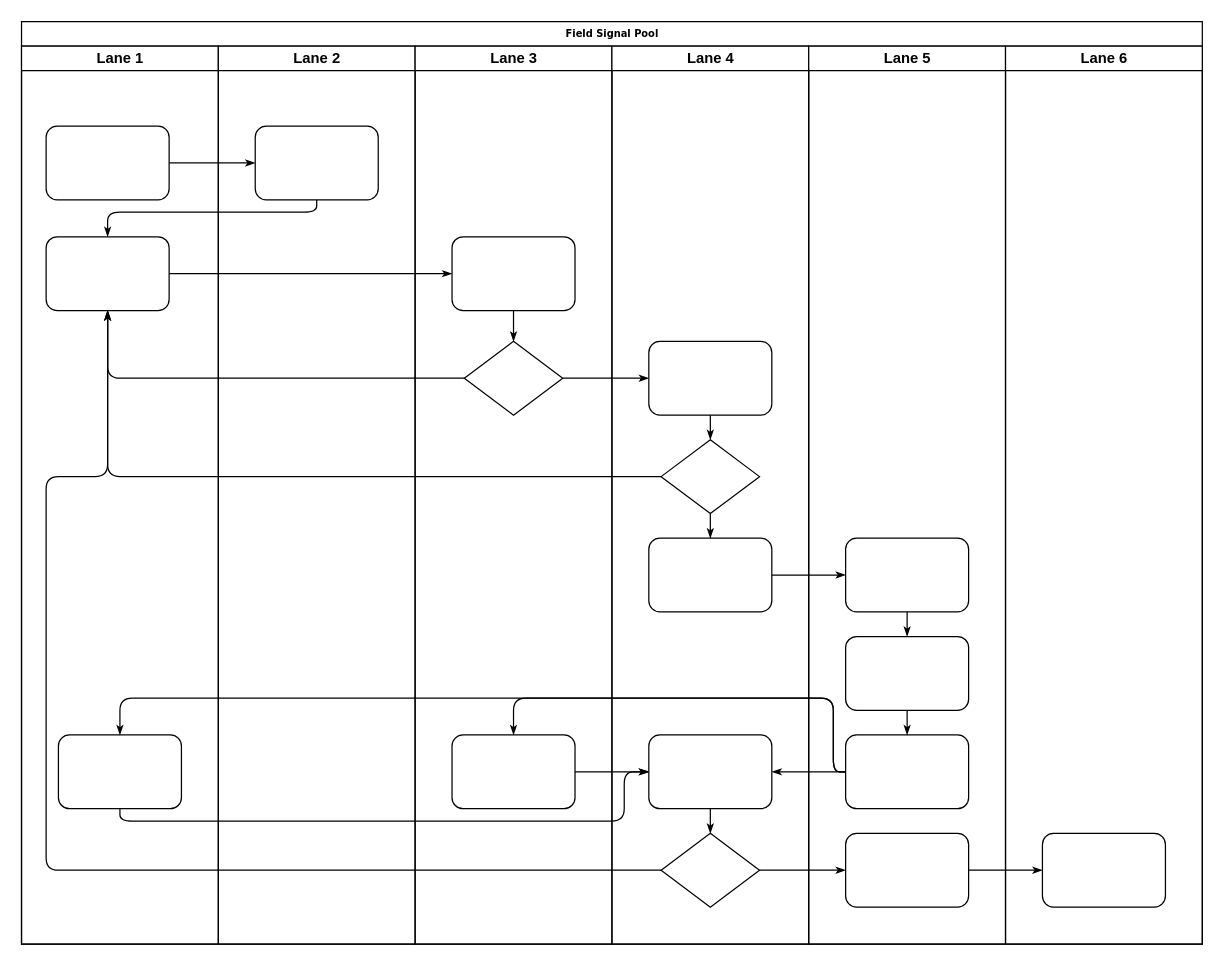
Before: EABS/Document_Pack/ASDD/Tasks/FieldSignalTask/FieldSignalTask_FlowChart01.drawio in chillin2/MyDraw.io, a draw.io diagram. Source tidied: cells renumbered, new cells numbered last; positions are measured from the earlier drawing's top-left corner, leaving out a move shared by most shapes. Both pictures are drawn from the tidied source at 123%, with x=0, y=0 at pixel (21, 21).
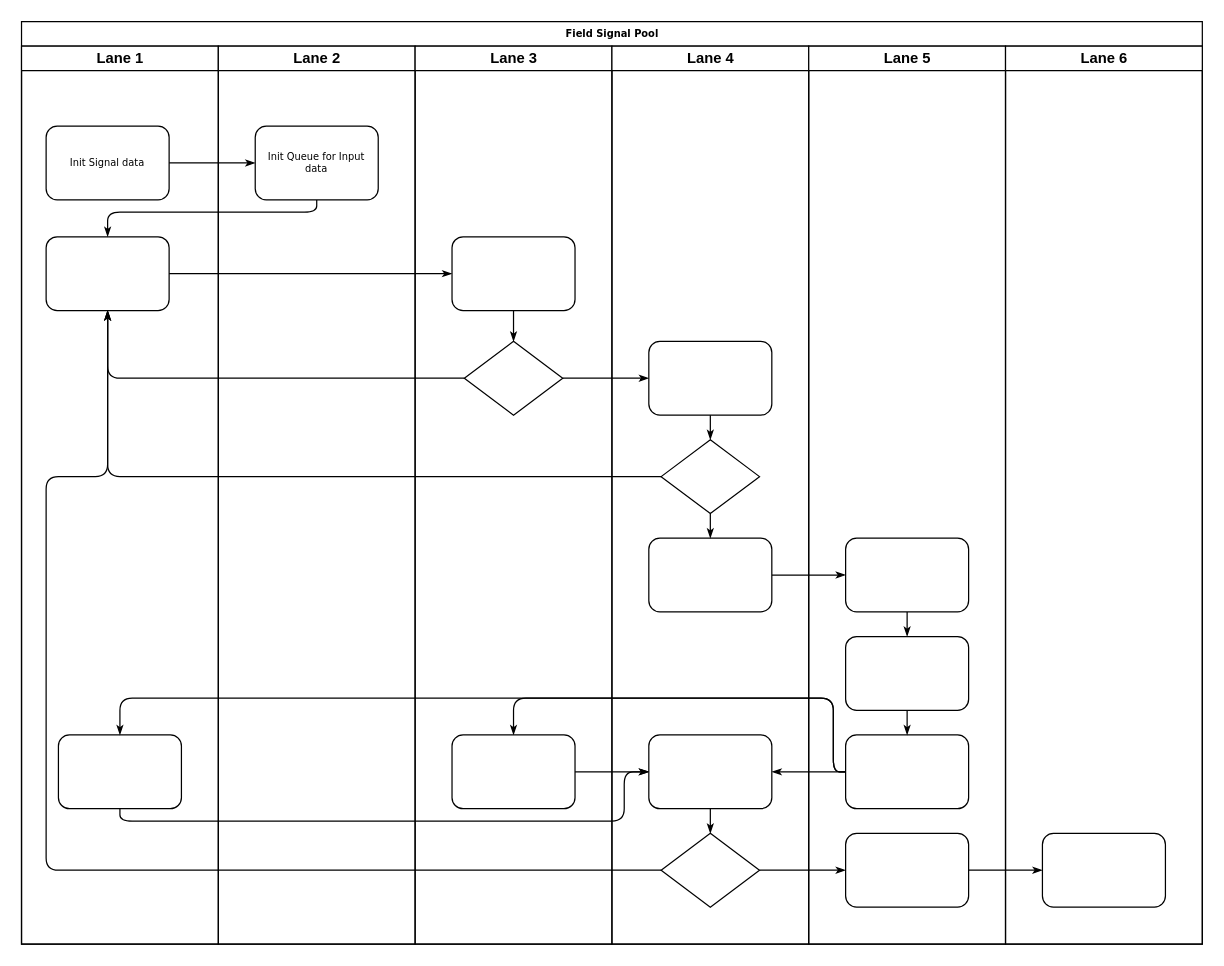
Above is the later version.

Unchanged cells that the change refers to:
```xml
<mxCell id="3" value="Lane 1" style="swimlane;html=1;startSize=20;" parent="2" vertex="1">
  <mxGeometry y="20" width="160" height="730" as="geometry" />
</mxCell>
<mxCell id="22" value="Lane 2" style="swimlane;html=1;startSize=20;" parent="2" vertex="1">
  <mxGeometry x="160" y="20" width="160" height="730" as="geometry" />
</mxCell>
```

The edit, as a diff of the source:
```diff
@@
-    <mxCell id="4" style="rounded=1;whiteSpace=wrap;html=1;shadow=0;labelBackgroundColor=none;strokeWidth=1;fontFamily=Verdana;fontSize=8;align=center;" parent="3" vertex="1">
+    <mxCell id="4" value="Init Signal data" style="rounded=1;whiteSpace=wrap;html=1;shadow=0;labelBackgroundColor=none;strokeWidth=1;fontFamily=Verdana;fontSize=8;align=center;" parent="3" vertex="1">
       <mxGeometry x="20" y="65" width="100" height="60" as="geometry" />
     </mxCell>
@@
-    <mxCell id="23" style="rounded=1;whiteSpace=wrap;html=1;shadow=0;labelBackgroundColor=none;strokeWidth=1;fontFamily=Verdana;fontSize=8;align=center;" parent="22" vertex="1">
+    <mxCell id="23" value="Init Queue for Input data" style="rounded=1;whiteSpace=wrap;html=1;shadow=0;labelBackgroundColor=none;strokeWidth=1;fontFamily=Verdana;fontSize=8;align=center;" parent="22" vertex="1">
       <mxGeometry x="30" y="65" width="100" height="60" as="geometry" />
     </mxCell>
```
